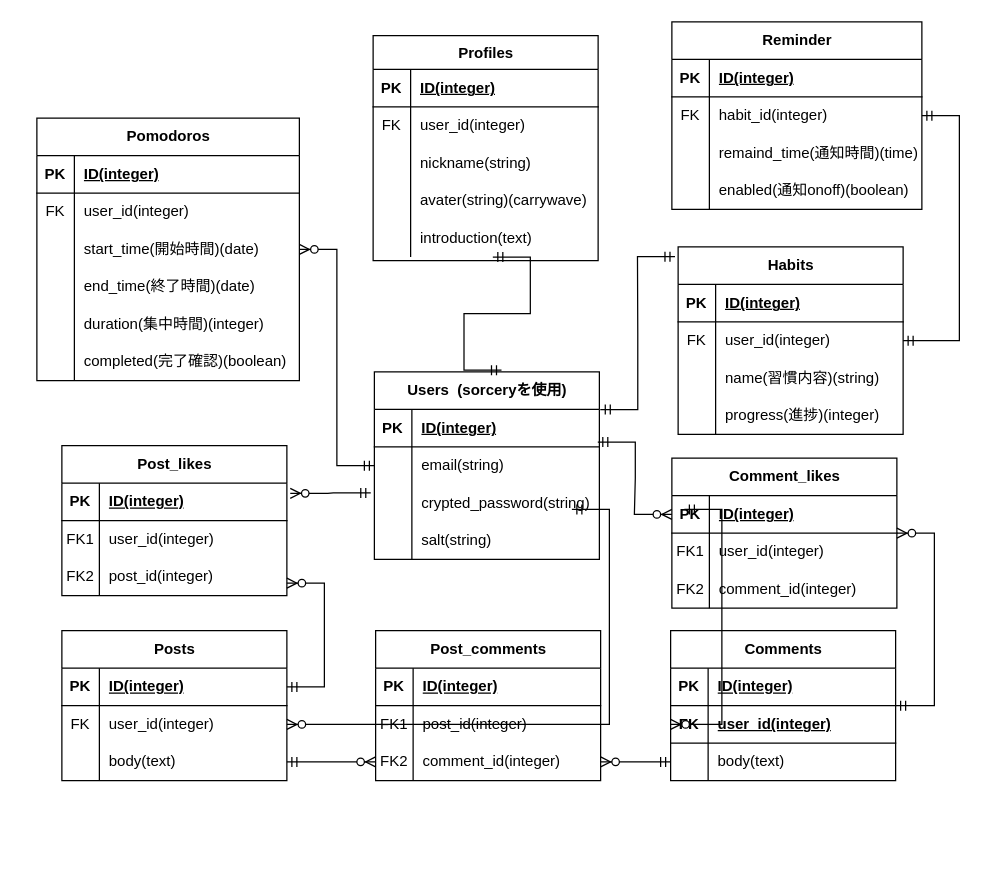
Above: syukan_maiter.drawio in 2bs2bs/syukan_meter (draw.io), before the change. Source tidied: cells renumbered, new cells numbered last; positions are measured from the earlier drawing's top-left corner, leaving out a move shared by most shapes. Both pictures are drawn from the tidied source at 125%, with x=0, y=0 at pixel (36, 21).
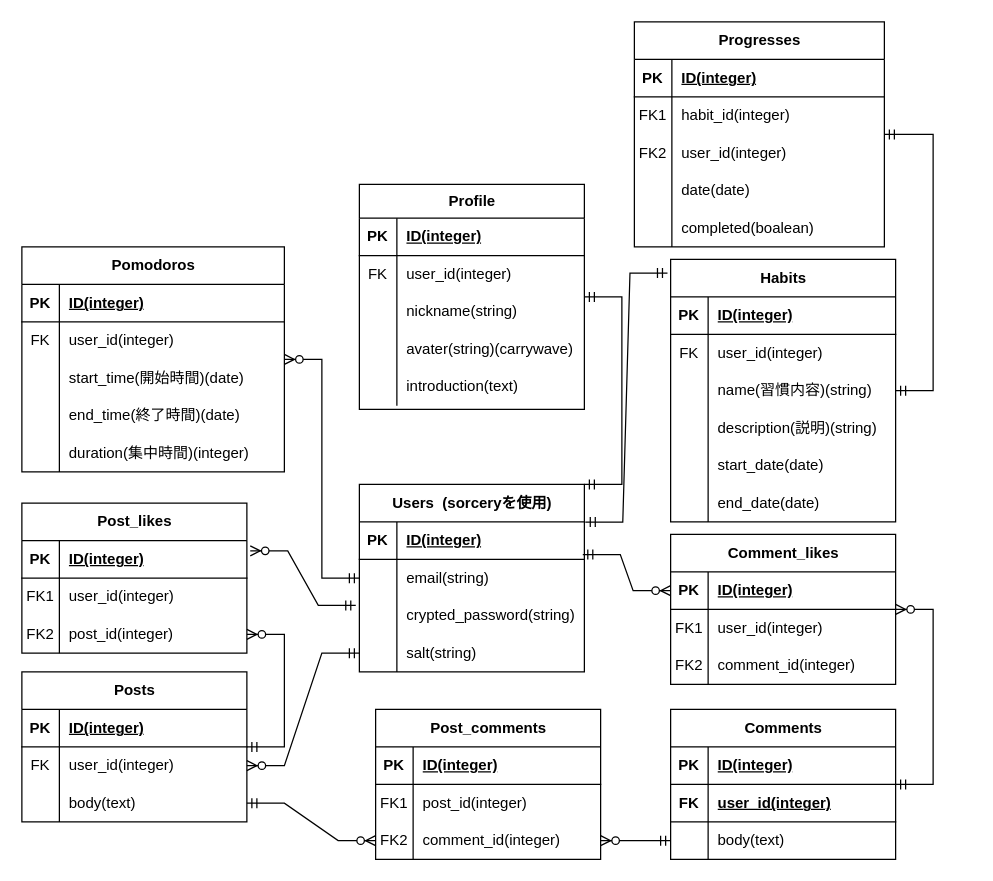
The same page after the edit.

Commit message:
syukan_maiter.drawio を更新します

The change refers to these unchanged cells:
```xml
<mxCell id="12" style="shape=tableRow;horizontal=0;startSize=0;swimlaneHead=0;swimlaneBody=0;fillColor=none;points=[[0,0.5],[1,0.5]];portConstraint=eastwest;top=0;left=0;right=0;bottom=0;" parent="2" vertex="1">
  <mxGeometry y="120" width="180" height="30" as="geometry" />
</mxCell>
<mxCell id="25" style="shape=tableRow;horizontal=0;startSize=0;swimlaneHead=0;swimlaneBody=0;fillColor=none;top=0;left=0;right=0;bottom=0;" parent="15" vertex="1">
  <mxGeometry y="120" width="180" height="30" as="geometry" />
</mxCell>
<mxCell id="32" style="shape=tableRow;horizontal=0;startSize=0;swimlaneHead=0;swimlaneBody=0;fillColor=none;points=[[0,0.5],[1,0.5]];portConstraint=eastwest;top=0;left=0;right=0;bottom=1;" parent="28" vertex="1">
  <mxGeometry y="60" width="180" height="30" as="geometry" />
</mxCell>
<mxCell id="39" style="shape=tableRow;horizontal=0;startSize=0;swimlaneHead=0;swimlaneBody=0;fillColor=none;points=[[0,0.5],[1,0.5]];portConstraint=eastwest;top=0;left=0;right=0;bottom=1;" parent="38" vertex="1">
  <mxGeometry y="30" width="180" height="30" as="geometry" />
</mxCell>
<mxCell id="42" style="shape=tableRow;horizontal=0;startSize=0;swimlaneHead=0;swimlaneBody=0;fillColor=none;points=[[0,0.5],[1,0.5]];portConstraint=eastwest;top=0;left=0;right=0;bottom=0;" parent="38" vertex="1">
  <mxGeometry y="60" width="180" height="30" as="geometry" />
</mxCell>
<mxCell id="65" style="shape=tableRow;horizontal=0;startSize=0;swimlaneHead=0;swimlaneBody=0;fillColor=none;points=[[0,0.5],[1,0.5]];portConstraint=eastwest;top=0;left=0;right=0;bottom=0;" parent="58" vertex="1">
  <mxGeometry y="90" width="180" height="30" as="geometry" />
</mxCell>
<mxCell id="120" style="shape=tableRow;horizontal=0;startSize=0;swimlaneHead=0;swimlaneBody=0;fillColor=none;points=[[0,0.5],[1,0.5]];portConstraint=eastwest;top=0;left=0;right=0;bottom=0;" parent="107" vertex="1">
  <mxGeometry y="147" width="180" height="30" as="geometry" />
</mxCell>
<mxCell id="128" style="shape=tableRow;horizontal=0;startSize=0;swimlaneHead=0;swimlaneBody=0;fillColor=none;top=0;left=0;right=0;bottom=0;" parent="124" vertex="1">
  <mxGeometry y="60" width="200" height="30" as="geometry" />
</mxCell>
<mxCell id="131" style="shape=tableRow;horizontal=0;startSize=0;swimlaneHead=0;swimlaneBody=0;fillColor=none;top=0;left=0;right=0;bottom=0;" parent="124" vertex="1">
  <mxGeometry y="90" width="200" height="30" as="geometry" />
</mxCell>
<mxCell id="134" style="shape=tableRow;horizontal=0;startSize=0;swimlaneHead=0;swimlaneBody=0;fillColor=none;top=0;left=0;right=0;bottom=0;" parent="124" vertex="1">
  <mxGeometry y="120" width="200" height="30" as="geometry" />
</mxCell>
```

The edit, as a diff of the source:
```diff
@@
     <mxCell id="2" value="Users&amp;nbsp; (sorceryを使用)" style="shape=table;startSize=30;childLayout=tableLayout;rowLines=0;fontStyle=1;align=center;html=1;" parent="1" vertex="1">
-      <mxGeometry x="270" y="280" width="180" height="150" as="geometry" />
+      <mxGeometry x="258" y="370" width="180" height="150" as="geometry" />
     </mxCell>
@@
     <mxCell id="15" value="Habits" style="shape=table;startSize=30;childLayout=tableLayout;rowLines=0;fontStyle=1;align=center;html=1;" parent="1" vertex="1">
-      <mxGeometry x="513" y="180" width="180" height="150" as="geometry" />
+      <mxGeometry x="507" y="190" width="180" height="210" as="geometry" />
     </mxCell>
@@
-    <mxCell id="27" value="progress(進捗)(integer)" style="shape=partialRectangle;fillColor=none;top=0;left=0;bottom=0;right=0;align=left;spacingLeft=6;overflow=hidden;whiteSpace=wrap;html=1;" parent="25" vertex="1">
+    <mxCell id="27" value="description(説明)(string)" style="shape=partialRectangle;fillColor=none;top=0;left=0;bottom=0;right=0;align=left;spacingLeft=6;overflow=hidden;whiteSpace=wrap;html=1;" parent="25" vertex="1">
       <mxGeometry x="30" width="150" height="30" as="geometry" />
     </mxCell>
+    <mxCell id="138" style="shape=tableRow;horizontal=0;startSize=0;swimlaneHead=0;swimlaneBody=0;fillColor=none;top=0;left=0;right=0;bottom=0;" parent="15" vertex="1">
+      <mxGeometry y="150" width="180" height="30" as="geometry" />
+    </mxCell>
+    <mxCell id="139" style="shape=partialRectangle;fillColor=none;top=0;left=0;bottom=0;right=0;overflow=hidden;whiteSpace=wrap;html=1;" parent="138" vertex="1">
+      <mxGeometry width="30" height="30" as="geometry" />
+    </mxCell>
+    <mxCell id="140" value="start_date(date)" style="shape=partialRectangle;fillColor=none;top=0;left=0;bottom=0;right=0;align=left;spacingLeft=6;overflow=hidden;whiteSpace=wrap;html=1;" parent="138" vertex="1">
+      <mxGeometry x="30" width="150" height="30" as="geometry" />
+    </mxCell>
+    <mxCell id="141" style="shape=tableRow;horizontal=0;startSize=0;swimlaneHead=0;swimlaneBody=0;fillColor=none;top=0;left=0;right=0;bottom=0;" parent="15" vertex="1">
+      <mxGeometry y="180" width="180" height="30" as="geometry" />
+    </mxCell>
+    <mxCell id="142" style="shape=partialRectangle;fillColor=none;top=0;left=0;bottom=0;right=0;overflow=hidden;whiteSpace=wrap;html=1;" parent="141" vertex="1">
+      <mxGeometry width="30" height="30" as="geometry" />
+    </mxCell>
+    <mxCell id="143" value="end_date(date)" style="shape=partialRectangle;fillColor=none;top=0;left=0;bottom=0;right=0;align=left;spacingLeft=6;overflow=hidden;whiteSpace=wrap;html=1;" parent="141" vertex="1">
+      <mxGeometry x="30" width="150" height="30" as="geometry" />
+    </mxCell>
     <mxCell id="28" value="Comments" style="shape=table;startSize=30;childLayout=tableLayout;rowLines=0;fontStyle=1;align=center;html=1;" parent="1" vertex="1">
-      <mxGeometry x="507" y="487" width="180" height="120" as="geometry" />
+      <mxGeometry x="507" y="550" width="180" height="120" as="geometry" />
     </mxCell>
@@
     <mxCell id="38" value="Posts" style="shape=table;startSize=30;childLayout=tableLayout;rowLines=0;fontStyle=1;align=center;html=1;" parent="1" vertex="1">
-      <mxGeometry x="20" y="487" width="180" height="120" as="geometry" />
+      <mxGeometry x="-12" y="520" width="180" height="120" as="geometry" />
     </mxCell>
@@
     <mxCell id="48" value="Post_comments" style="shape=table;startSize=30;childLayout=tableLayout;rowLines=0;fontStyle=1;align=center;html=1;" parent="1" vertex="1">
-      <mxGeometry x="271" y="487" width="180" height="120" as="geometry" />
+      <mxGeometry x="271" y="550" width="180" height="120" as="geometry" />
     </mxCell>
@@
     <mxCell id="58" value="Post_likes" style="shape=table;startSize=30;childLayout=tableLayout;rowLines=0;fontStyle=1;align=center;html=1;" parent="1" vertex="1">
-      <mxGeometry x="20" y="339" width="180" height="120" as="geometry" />
+      <mxGeometry x="-12" y="385" width="180" height="120" as="geometry" />
     </mxCell>
@@
     <mxCell id="68" value="Pomodoros" style="shape=table;startSize=30;childLayout=tableLayout;rowLines=0;fontStyle=1;align=center;html=1;" parent="1" vertex="1">
-      <mxGeometry y="77" width="210" height="210" as="geometry" />
+      <mxGeometry x="-12" y="180" width="210" height="180" as="geometry" />
     </mxCell>
@@
-    <mxCell id="84" style="shape=tableRow;horizontal=0;startSize=0;swimlaneHead=0;swimlaneBody=0;fillColor=none;top=0;left=0;right=0;bottom=0;" parent="68" vertex="1">
-      <mxGeometry y="180" width="210" height="30" as="geometry" />
-    </mxCell>
-    <mxCell id="85" style="shape=partialRectangle;fillColor=none;top=0;left=0;bottom=0;right=0;overflow=hidden;whiteSpace=wrap;html=1;" parent="84" vertex="1">
-      <mxGeometry width="30" height="30" as="geometry" />
-    </mxCell>
-    <mxCell id="86" value="completed(完了確認)(boolean)" style="shape=partialRectangle;fillColor=none;top=0;left=0;bottom=0;right=0;align=left;spacingLeft=6;overflow=hidden;whiteSpace=wrap;html=1;" parent="84" vertex="1">
-      <mxGeometry x="30" width="180" height="30" as="geometry" />
-    </mxCell>
     <mxCell id="87" value="Comment_likes" style="shape=table;startSize=30;childLayout=tableLayout;rowLines=0;fontStyle=1;align=center;html=1;" parent="1" vertex="1">
-      <mxGeometry x="508" y="349" width="180" height="120" as="geometry" />
+      <mxGeometry x="507" y="410" width="180" height="120" as="geometry" />
     </mxCell>
@@
-    <mxCell id="98" style="edgeStyle=entityRelationEdgeStyle;fontSize=12;html=1;endArrow=ERzeroToMany;startArrow=ERmandOne;rounded=0;exitX=1;exitY=0.5;exitDx=0;exitDy=0;entryX=1;entryY=0.667;entryDx=0;entryDy=0;entryPerimeter=0;" parent="1" edge="1" source="39" target="65">
+    <mxCell id="98" style="edgeStyle=entityRelationEdgeStyle;fontSize=12;html=1;endArrow=ERzeroToMany;startArrow=ERmandOne;rounded=0;" parent="1" edge="1" source="38" target="65">
       <mxGeometry relative="1" as="geometry">
         <Array as="points">
+          <mxPoint x="21" y="490" />
           <mxPoint x="228" y="420" />
+          <mxPoint x="208" y="470" />
+          <mxPoint x="-22" y="400" />
+          <mxPoint x="218" y="470" />
+          <mxPoint x="-2" y="350" />
+          <mxPoint x="-22" y="490" />
         </Array>
       </mxGeometry>
     </mxCell>
@@
-    <mxCell id="101" style="edgeStyle=entityRelationEdgeStyle;fontSize=12;html=1;endArrow=ERzeroToMany;startArrow=ERmandOne;rounded=0;exitX=1;exitY=0.5;exitDx=0;exitDy=0;entryX=0;entryY=0.5;entryDx=0;entryDy=0;" parent="1" edge="1" target="32">
-      <mxGeometry relative="1" as="geometry">
-        <mxPoint x="518" y="390" as="sourcePoint" />
-        <Array as="points">
-          <mxPoint x="618" y="510" />
-        </Array>
-      </mxGeometry>
-    </mxCell>
-    <mxCell id="102" style="edgeStyle=entityRelationEdgeStyle;fontSize=12;html=1;endArrow=ERzeroToMany;startArrow=ERmandOne;rounded=0;exitX=0;exitY=0.5;exitDx=0;exitDy=0;entryX=1;entryY=0.5;entryDx=0;entryDy=0;" parent="1" edge="1" target="42">
-      <mxGeometry relative="1" as="geometry">
-        <mxPoint x="428" y="390" as="sourcePoint" />
-      </mxGeometry>
+    <mxCell id="102" style="edgeStyle=entityRelationEdgeStyle;fontSize=12;html=1;endArrow=ERzeroToMany;startArrow=ERmandOne;rounded=0;exitX=0;exitY=0.5;exitDx=0;exitDy=0;entryX=1;entryY=0.5;entryDx=0;entryDy=0;" parent="1" edge="1" source="12" target="42">
+      <mxGeometry relative="1" as="geometry" />
     </mxCell>
@@
-    <mxCell id="107" value="Profiles" style="shape=table;startSize=27;childLayout=tableLayout;rowLines=0;fontStyle=1;align=center;html=1;" parent="1" vertex="1">
-      <mxGeometry x="269" y="11" width="180" height="180" as="geometry" />
+    <mxCell id="107" value="Profile" style="shape=table;startSize=27;childLayout=tableLayout;rowLines=0;fontStyle=1;align=center;html=1;" parent="1" vertex="1">
+      <mxGeometry x="258" y="130" width="180" height="180" as="geometry" />
     </mxCell>
@@
-    <mxCell id="123" style="edgeStyle=entityRelationEdgeStyle;fontSize=12;html=1;endArrow=ERmandOne;startArrow=ERmandOne;rounded=0;entryX=0.565;entryY=-0.009;entryDx=0;entryDy=0;entryPerimeter=0;exitX=0.532;exitY=1.006;exitDx=0;exitDy=0;exitPerimeter=0;" parent="1" edge="1" source="120" target="2">
+    <mxCell id="123" style="edgeStyle=entityRelationEdgeStyle;fontSize=12;html=1;endArrow=ERmandOne;startArrow=ERmandOne;rounded=0;entryX=1;entryY=0;entryDx=0;entryDy=0;" parent="1" edge="1" source="107" target="2">
       <mxGeometry relative="1" as="geometry">
         <Array as="points">
           <mxPoint x="448" y="186" />
           <mxPoint x="418" y="180" />
+          <mxPoint x="372" y="250" />
+          <mxPoint x="360" y="250" />
+          <mxPoint x="408" y="250" />
         </Array>
       </mxGeometry>
     </mxCell>
-    <mxCell id="124" value="Reminder" style="shape=table;startSize=30;childLayout=tableLayout;rowLines=0;fontStyle=1;align=center;html=1;" parent="1" vertex="1">
-      <mxGeometry x="508" width="200" height="150" as="geometry" />
+    <mxCell id="124" value="Progresses" style="shape=table;startSize=30;childLayout=tableLayout;rowLines=0;fontStyle=1;align=center;html=1;" parent="1" vertex="1">
+      <mxGeometry x="478" width="200" height="180" as="geometry" />
     </mxCell>
@@
-    <mxCell id="129" value="FK" style="shape=partialRectangle;fillColor=none;top=0;left=0;bottom=0;right=0;overflow=hidden;whiteSpace=wrap;html=1;" parent="128" vertex="1">
+    <mxCell id="129" value="FK1" style="shape=partialRectangle;fillColor=none;top=0;left=0;bottom=0;right=0;overflow=hidden;whiteSpace=wrap;html=1;" parent="128" vertex="1">
       <mxGeometry width="30" height="30" as="geometry" />
     </mxCell>
@@
-    <mxCell id="132" style="shape=partialRectangle;fillColor=none;top=0;left=0;bottom=0;right=0;overflow=hidden;whiteSpace=wrap;html=1;" parent="131" vertex="1">
+    <mxCell id="132" value="FK2" style="shape=partialRectangle;fillColor=none;top=0;left=0;bottom=0;right=0;overflow=hidden;whiteSpace=wrap;html=1;" parent="131" vertex="1">
       <mxGeometry width="30" height="30" as="geometry" />
     </mxCell>
-    <mxCell id="133" value="remaind_time(通知時間)(time)" style="shape=partialRectangle;fillColor=none;top=0;left=0;bottom=0;right=0;align=left;spacingLeft=6;overflow=hidden;whiteSpace=wrap;html=1;" parent="131" vertex="1">
+    <mxCell id="133" value="user_id(integer)" style="shape=partialRectangle;fillColor=none;top=0;left=0;bottom=0;right=0;align=left;spacingLeft=6;overflow=hidden;whiteSpace=wrap;html=1;" parent="131" vertex="1">
       <mxGeometry x="30" width="170" height="30" as="geometry" />
     </mxCell>
@@
-    <mxCell id="136" value="enabled(通知onoff)(boolean)" style="shape=partialRectangle;fillColor=none;top=0;left=0;bottom=0;right=0;align=left;spacingLeft=6;overflow=hidden;whiteSpace=wrap;html=1;" parent="134" vertex="1">
+    <mxCell id="136" value="date(date)" style="shape=partialRectangle;fillColor=none;top=0;left=0;bottom=0;right=0;align=left;spacingLeft=6;overflow=hidden;whiteSpace=wrap;html=1;" parent="134" vertex="1">
       <mxGeometry x="30" width="170" height="30" as="geometry" />
     </mxCell>
+    <mxCell id="144" style="shape=tableRow;horizontal=0;startSize=0;swimlaneHead=0;swimlaneBody=0;fillColor=none;top=0;left=0;right=0;bottom=0;" parent="124" vertex="1">
+      <mxGeometry y="150" width="200" height="30" as="geometry" />
+    </mxCell>
+    <mxCell id="145" style="shape=partialRectangle;fillColor=none;top=0;left=0;bottom=0;right=0;overflow=hidden;whiteSpace=wrap;html=1;" parent="144" vertex="1">
+      <mxGeometry width="30" height="30" as="geometry" />
+    </mxCell>
+    <mxCell id="146" value="completed(boalean)" style="shape=partialRectangle;fillColor=none;top=0;left=0;bottom=0;right=0;align=left;spacingLeft=6;overflow=hidden;whiteSpace=wrap;html=1;" parent="144" vertex="1">
+      <mxGeometry x="30" width="170" height="30" as="geometry" />
+    </mxCell>
```
